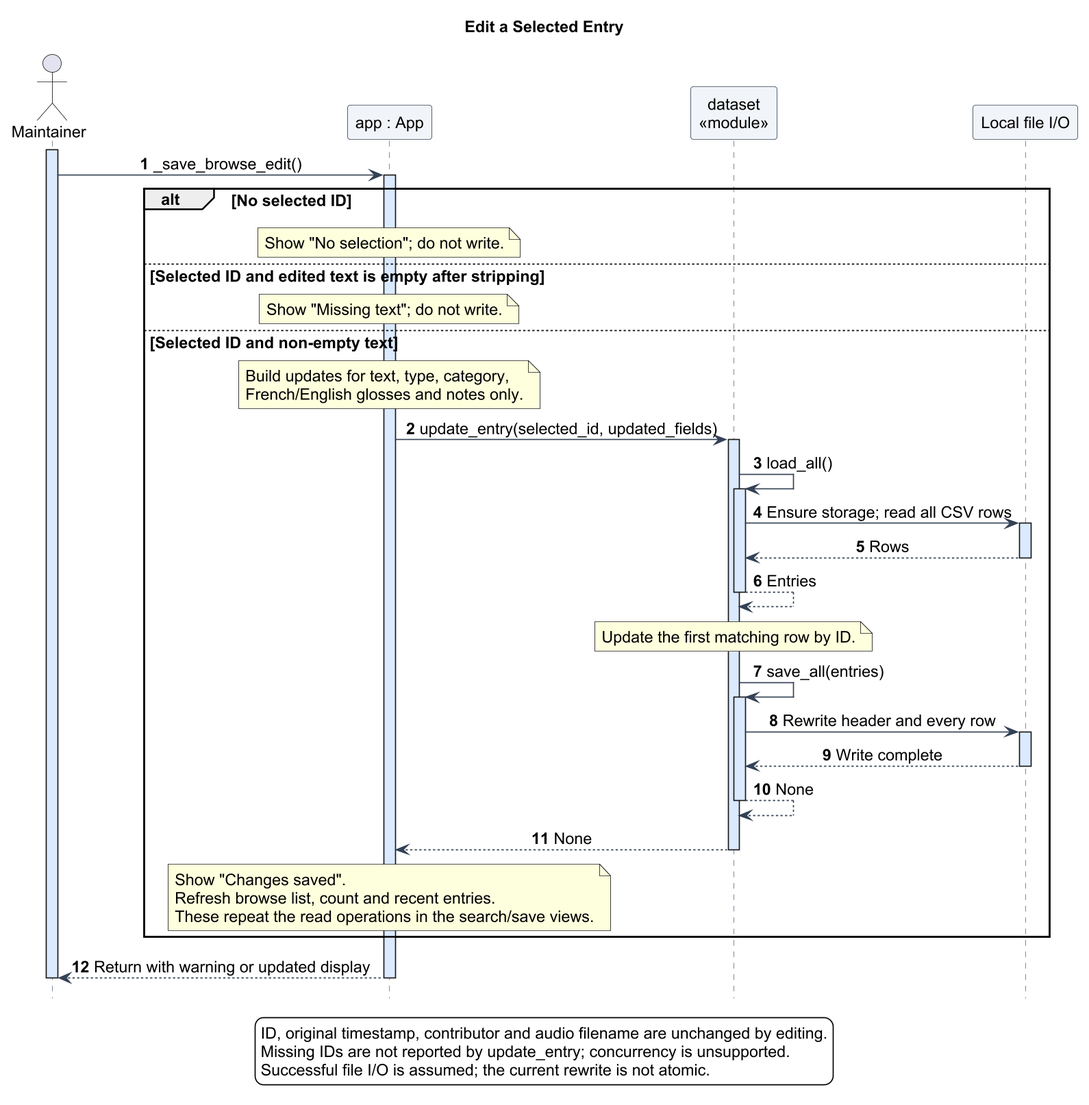
The PlantUML diagram docs/diagrams/sequence-edit.png in Suraku237/francanglaiscompiler, before a commit.
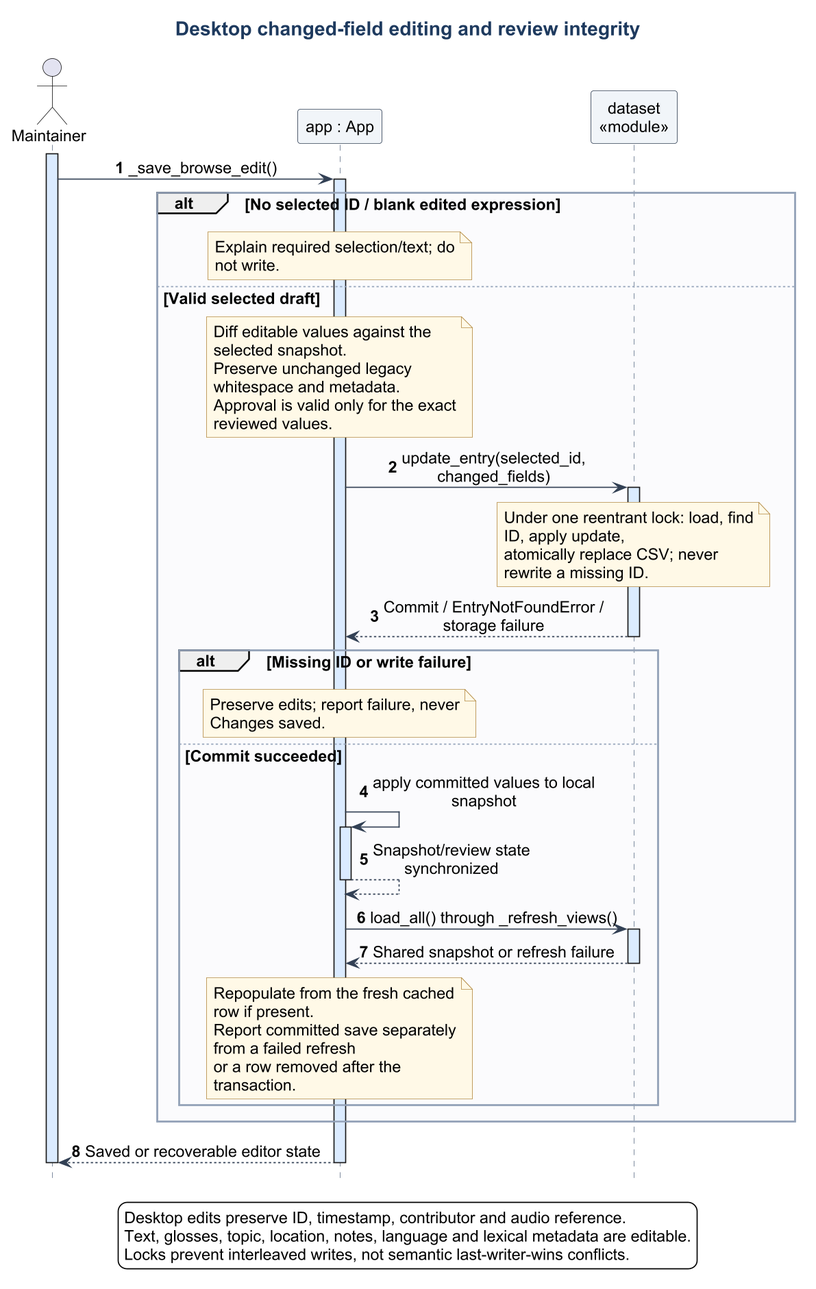
After the change.

What changed in the source:
```diff
@@ -1,58 +1,43 @@
 @startuml
 !include theme.iuml
-title Edit a Selected Entry
+title Desktop changed-field editing and review integrity
 hide footbox
 autonumber
 actor Maintainer
 participant "app : App" as App
 participant "dataset\n<<module>>" as Dataset
-participant "Local file I/O" as Files
-
 activate Maintainer
 Maintainer -> App : _save_browse_edit()
 activate App
-alt No selected ID
-  note over App : Show "No selection"; do not write.
-else Selected ID and edited text is empty after stripping
-  note over App : Show "Missing text"; do not write.
-else Selected ID and non-empty text
-  note over App
-    Build updates for text, type, category,
-    French/English glosses and notes only.
-  end note
-  App -> Dataset : update_entry(selected_id, updated_fields)
+alt No selected ID / blank edited expression
+  note over App : Explain required selection/text; do not write.
+else Valid selected draft
+  note over App : Diff editable values against the selected snapshot.\nPreserve unchanged legacy whitespace and metadata.\nApproval is valid only for the exact reviewed values.
+  App -> Dataset : update_entry(selected_id, changed_fields)
   activate Dataset
-  Dataset -> Dataset : load_all()
-  activate Dataset
-  Dataset -> Files : Ensure storage; read all CSV rows
-  activate Files
-  Files --> Dataset : Rows
-  deactivate Files
-  Dataset --> Dataset : Entries
+  note over Dataset : Under one reentrant lock: load, find ID, apply update,\natomically replace CSV; never rewrite a missing ID.
+  Dataset --> App : Commit / EntryNotFoundError / storage failure
   deactivate Dataset
-  note over Dataset : Update the first matching row by ID.
-  Dataset -> Dataset : save_all(entries)
-  activate Dataset
-  Dataset -> Files : Rewrite header and every row
-  activate Files
-  Files --> Dataset : Write complete
-  deactivate Files
-  Dataset --> Dataset : None
-  deactivate Dataset
-  Dataset --> App : None
-  deactivate Dataset
-  note over App
-    Show "Changes saved".
-    Refresh browse list, count and recent entries.
-    These repeat the read operations in the search/save views.
-  end note
+  alt Missing ID or write failure
+    note over App : Preserve edits; report failure, never Changes saved.
+  else Commit succeeded
+    App -> App : apply committed values to local snapshot
+    activate App
+    App --> App : Snapshot/review state synchronized
+    deactivate App
+    App -> Dataset : load_all() through _refresh_views()
+    activate Dataset
+    Dataset --> App : Shared snapshot or refresh failure
+    deactivate Dataset
+    note over App : Repopulate from the fresh cached row if present.\nReport committed save separately from a failed refresh\nor a row removed after the transaction.
+  end
 end
-App --> Maintainer : Return with warning or updated display
+App --> Maintainer : Saved or recoverable editor state
 deactivate App
 deactivate Maintainer
 legend bottom
-  ID, original timestamp, contributor and audio filename are unchanged by editing.
-  Missing IDs are not reported by update_entry; concurrency is unsupported.
-  Successful file I/O is assumed; the current rewrite is not atomic.
+  Desktop edits preserve ID, timestamp, contributor and audio reference.
+  Text, glosses, topic, location, notes, language and lexical metadata are editable.
+  Locks prevent interleaved writes, not semantic last-writer-wins conflicts.
 endlegend
 @enduml
```
